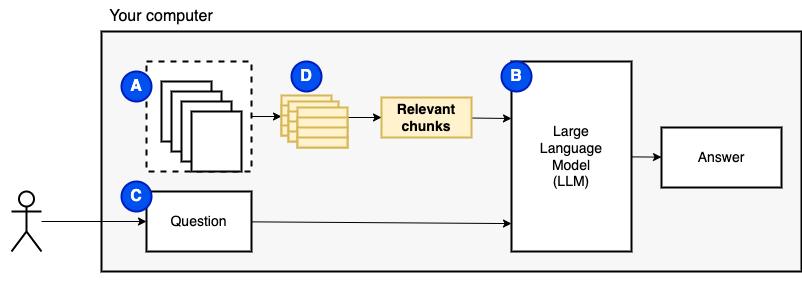
Earlier version of the draw.io export pics/solution-part1-chunking.drawio.png (fau-masters-collected-works-cgarbin/gpt-all-local). Source tidied: cells renumbered, new cells last; positions are measured from the earlier drawing's top-left corner, leaving out a move shared by most shapes.
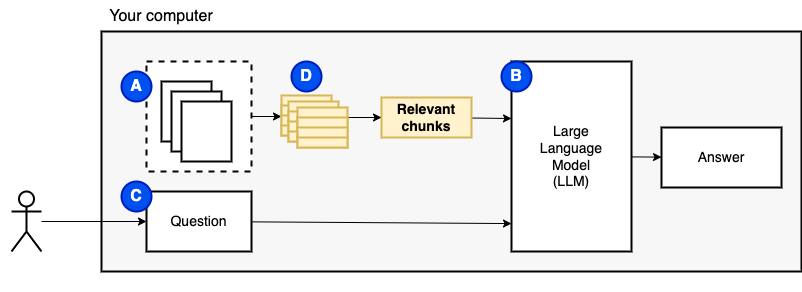
After the change.

What changed in the source:
```diff
@@ -64,9 +64,6 @@
     <mxCell id="21" value="Relevant chunks" style="rounded=0;whiteSpace=wrap;html=1;fontSize=14;strokeWidth=2;fillColor=#fff2cc;strokeColor=#d6b656;fontStyle=1;" parent="1" vertex="1">
       <mxGeometry x="380" y="96" width="90" height="40" as="geometry" />
     </mxCell>
-    <mxCell id="22" value="&lt;meta charset=&quot;utf-8&quot;&gt;&lt;span style=&quot;color: rgba(0, 0, 0, 0); font-family: monospace; font-size: 0px; font-style: normal; font-variant-ligatures: normal; font-variant-caps: normal; font-weight: 400; letter-spacing: normal; orphans: 2; text-align: start; text-indent: 0px; text-transform: none; widows: 2; word-spacing: 0px; -webkit-text-stroke-width: 0px; background-color: rgb(251, 251, 251); text-decoration-thickness: initial; text-decoration-style: initial; text-decoration-color: initial; float: none; display: inline !important;&quot;&gt;&amp;nbsp;&lt;/span&gt;" style="rounded=0;whiteSpace=wrap;html=1;strokeWidth=2;" parent="1" vertex="1">
-      <mxGeometry x="190" y="110" width="50" height="60" as="geometry" />
-    </mxCell>
     <mxCell id="23" style="rounded=0;whiteSpace=wrap;html=1;strokeWidth=2;fontSize=14;fillColor=#fff2cc;strokeColor=#d6b656;" parent="1" vertex="1">
       <mxGeometry x="280" y="94" width="50" height="20" as="geometry" />
     </mxCell>
```
